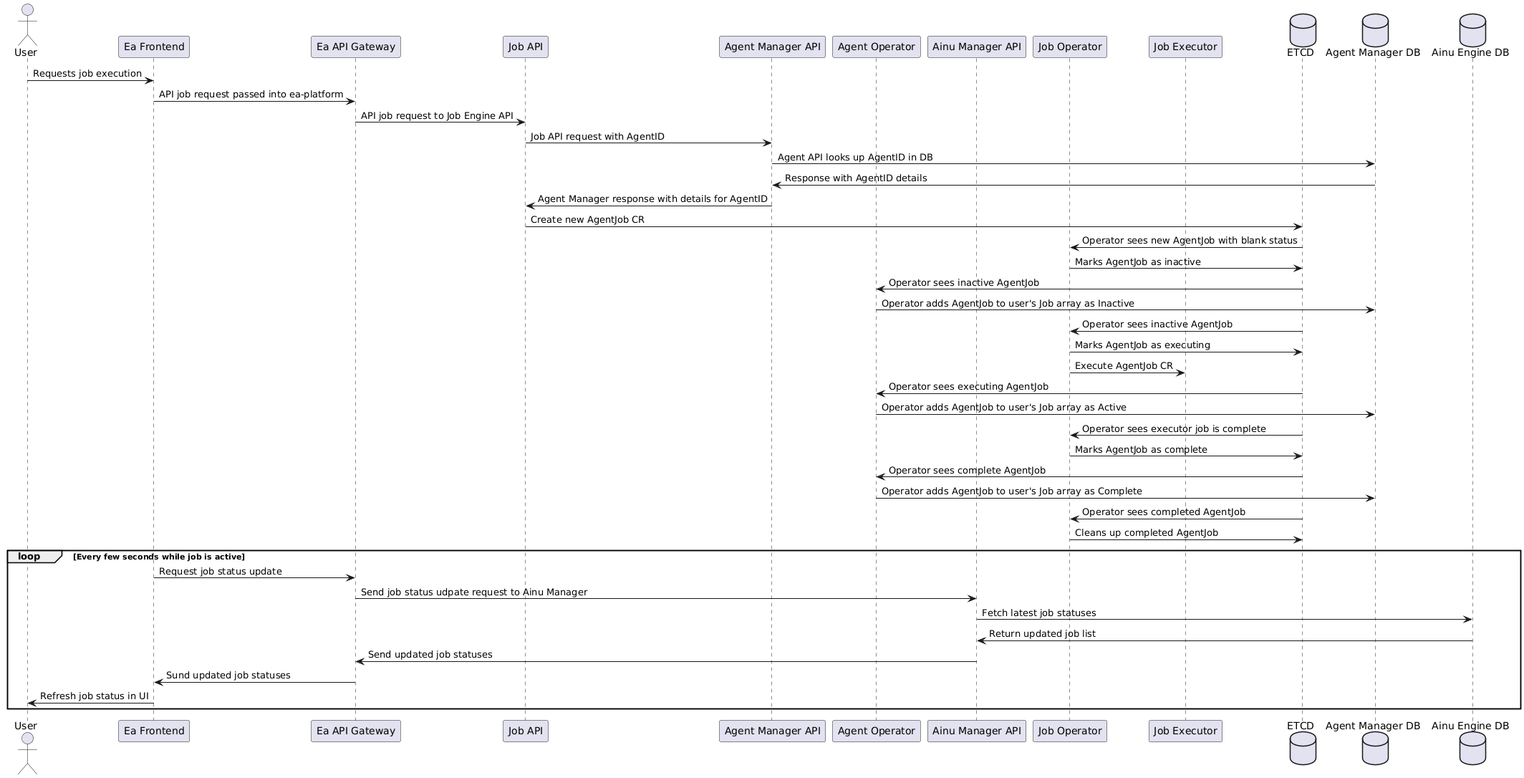
This is docs/diagrams/job_request_response.png from im-knots/ea-monorepo, a PlantUML export, as it was before one commit.
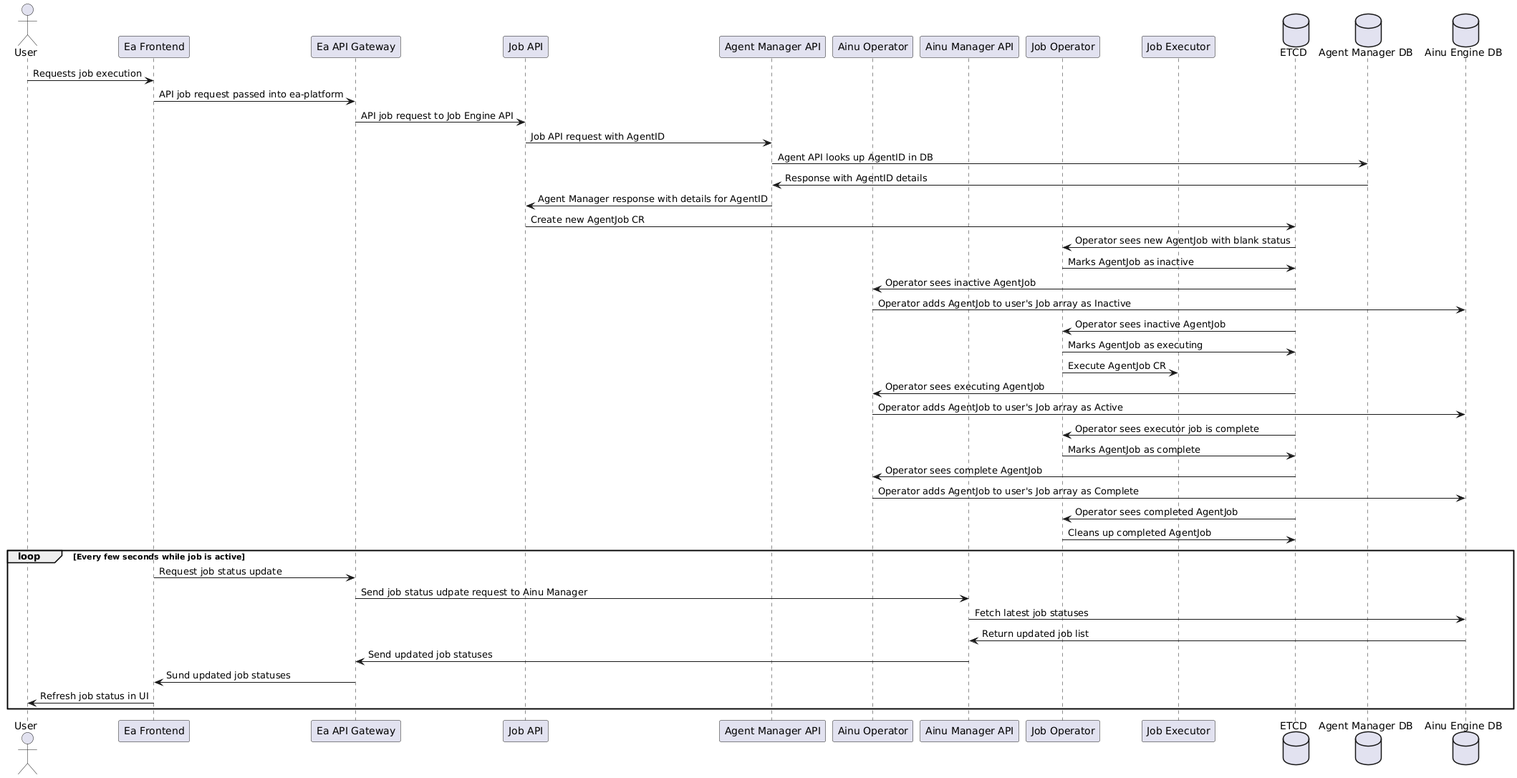
The same file after the commit.

Commit message:
issue #12: Update job sequence diagram

What changed in the source:
```diff
@@ -4,7 +4,7 @@
 participant "Ea API Gateway" as GATEWAY
 participant "Job API" as JOB_API
 participant "Agent Manager API" as AGENT_API
-participant "Agent Operator" as AGENT_OPERATOR
+participant "Ainu Operator" as AINU_OPERATOR
 participant "Ainu Manager API" as AINU_API
 participant "Job Operator" as JOB_OPERATOR
 participant "Job Executor" as JOB_EXECUTOR
@@ -23,17 +23,17 @@
 JOB_API -> ETCD: Create new AgentJob CR
 ETCD -> JOB_OPERATOR: Operator sees new AgentJob with blank status
 JOB_OPERATOR -> ETCD: Marks AgentJob as inactive
-ETCD -> AGENT_OPERATOR: Operator sees inactive AgentJob
-AGENT_OPERATOR -> AGENT_DB: Operator adds AgentJob to user's Job array as Inactive
+ETCD -> AINU_OPERATOR: Operator sees inactive AgentJob
+AINU_OPERATOR -> AINU_DB: Operator adds AgentJob to user's Job array as Inactive
 ETCD -> JOB_OPERATOR: Operator sees inactive AgentJob
 JOB_OPERATOR -> ETCD: Marks AgentJob as executing
 JOB_OPERATOR -> JOB_EXECUTOR : Execute AgentJob CR
-ETCD -> AGENT_OPERATOR: Operator sees executing AgentJob
-AGENT_OPERATOR -> AGENT_DB: Operator adds AgentJob to user's Job array as Active
+ETCD -> AINU_OPERATOR: Operator sees executing AgentJob
+AINU_OPERATOR -> AINU_DB: Operator adds AgentJob to user's Job array as Active
 ETCD -> JOB_OPERATOR: Operator sees executor job is complete
 JOB_OPERATOR -> ETCD: Marks AgentJob as complete
-ETCD -> AGENT_OPERATOR: Operator sees complete AgentJob
-AGENT_OPERATOR -> AGENT_DB: Operator adds AgentJob to user's Job array as Complete
+ETCD -> AINU_OPERATOR: Operator sees complete AgentJob
+AINU_OPERATOR -> AINU_DB: Operator adds AgentJob to user's Job array as Complete
 ETCD -> JOB_OPERATOR: Operator sees completed AgentJob
 JOB_OPERATOR -> ETCD: Cleans up completed AgentJob
 
```
